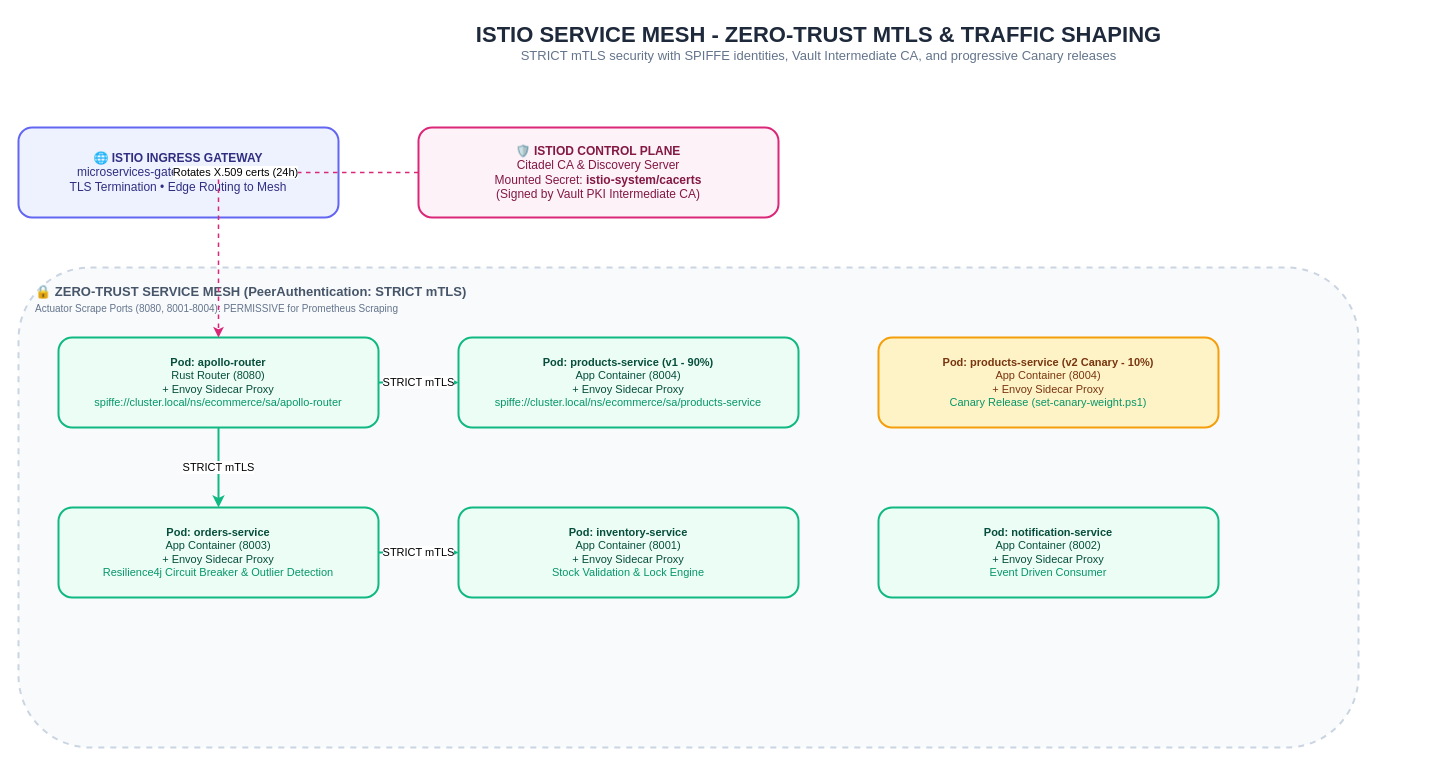
GeorgeGxx/microservices-architecture keeps this draw.io diagram as page "4. Istio Service Mesh & Zero-Trust mTLS" (4 of 12) of docs/Diagrams.drawio. Above is the earlier version. Source tidied: cells renumbered, new cells numbered last; positions are measured from the earlier drawing's top-left corner, leaving out a move shared by most shapes. Both pictures are drawn from the tidied source at 100%, with x=0, y=0 at pixel (18, 17).
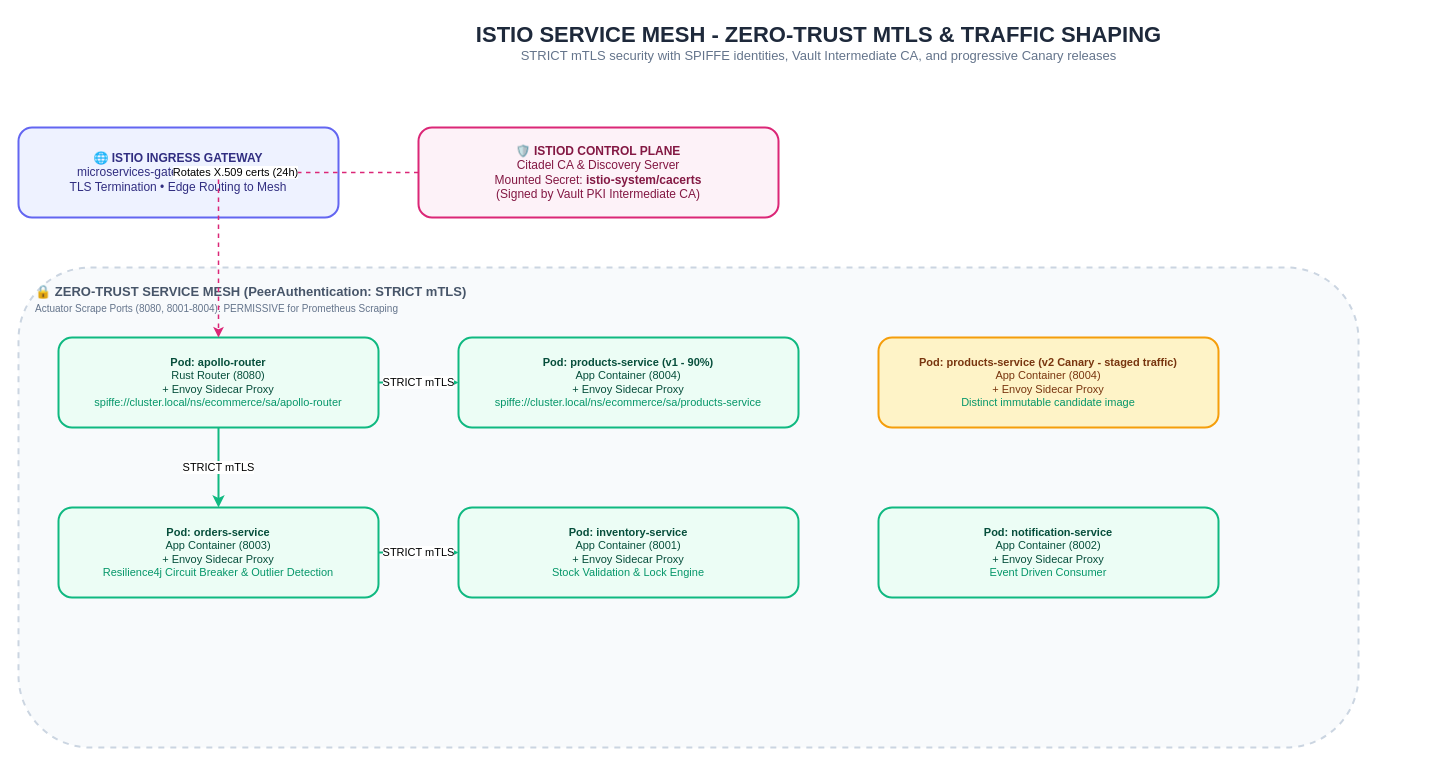
The same diagram, later.

What changed in the source:
```diff
@@
 <mxGraphModel>
   <root>
     <mxCell id="0" />
     <mxCell id="1" parent="0" />
     <mxCell id="2" value="&lt;b style='font-size:22px;color:#1E293B;'&gt;ISTIO SERVICE MESH - ZERO-TRUST MTLS &amp; TRAFFIC SHAPING&lt;/b&gt;&lt;br&gt;&lt;span style='font-size:13px;color:#64748B;'&gt;STRICT mTLS security with SPIFFE identities, Vault Intermediate CA, and progressive Canary releases&lt;/span&gt;" style="text;html=1;align=center;verticalAlign=middle;rounded=0;" parent="1" vertex="1">
       <mxGeometry x="200" width="1200" height="50" as="geometry" />
     </mxCell>
     <mxCell id="3" value="&lt;b&gt;🌐 ISTIO INGRESS GATEWAY&lt;/b&gt;&lt;br&gt;microservices-gateway (Port 80 / 443)&lt;br&gt;TLS Termination • Edge Routing to Mesh" style="rounded=1;whiteSpace=wrap;html=1;fillColor=#EEF2FF;strokeColor=#6366F1;strokeWidth=2;fontColor=#312E81;fontSize=12;" parent="1" vertex="1">
       <mxGeometry y="110" width="320" height="90" as="geometry" />
     </mxCell>
     <mxCell id="4" value="&lt;b&gt;🛡️ ISTIOD CONTROL PLANE&lt;/b&gt;&lt;br&gt;Citadel CA &amp; Discovery Server&lt;br&gt;Mounted Secret: &lt;b&gt;istio-system/cacerts&lt;/b&gt;&lt;br&gt;(Signed by Vault PKI Intermediate CA)" style="rounded=1;whiteSpace=wrap;html=1;fillColor=#FDF2F8;strokeColor=#DB2777;strokeWidth=2;fontColor=#831843;fontSize=12;" parent="1" vertex="1">
       <mxGeometry x="400" y="110" width="360" height="90" as="geometry" />
     </mxCell>
     <mxCell id="5" value="&lt;b&gt;🔒 ZERO-TRUST SERVICE MESH (PeerAuthentication: STRICT mTLS)&lt;/b&gt;&lt;br&gt;&lt;span style='font-size:10px;color:#64748B;'&gt;Actuator Scrape Ports (8080, 8001-8004): PERMISSIVE for Prometheus Scraping&lt;/span&gt;" style="rounded=1;whiteSpace=wrap;html=1;fillColor=#F8FAFC;strokeColor=#CBD5E1;strokeWidth=2;verticalAlign=top;align=left;spacingLeft=15;spacingTop=10;fontColor=#475569;fontSize=13;dashed=1;" parent="1" vertex="1">
       <mxGeometry y="250" width="1340" height="480" as="geometry" />
     </mxCell>
     <mxCell id="6" value="&lt;b&gt;Pod: apollo-router&lt;/b&gt;&lt;br&gt;Rust Router (8080)&lt;br&gt;+ Envoy Sidecar Proxy&lt;br&gt;&lt;span style='color:#059669;'&gt;spiffe://cluster.local/ns/ecommerce/sa/apollo-router&lt;/span&gt;" style="rounded=1;whiteSpace=wrap;html=1;fillColor=#ECFDF5;strokeColor=#10B981;strokeWidth=2;fontColor=#064E3B;fontSize=11;" parent="1" vertex="1">
       <mxGeometry x="40" y="320" width="320" height="90" as="geometry" />
     </mxCell>
     <mxCell id="7" value="&lt;b&gt;Pod: products-service (v1 - 90%)&lt;/b&gt;&lt;br&gt;App Container (8004)&lt;br&gt;+ Envoy Sidecar Proxy&lt;br&gt;&lt;span style='color:#059669;'&gt;spiffe://cluster.local/ns/ecommerce/sa/products-service&lt;/span&gt;" style="rounded=1;whiteSpace=wrap;html=1;fillColor=#ECFDF5;strokeColor=#10B981;strokeWidth=2;fontColor=#064E3B;fontSize=11;" parent="1" vertex="1">
       <mxGeometry x="440" y="320" width="340" height="90" as="geometry" />
     </mxCell>
-    <mxCell id="8" value="&lt;b&gt;Pod: products-service (v2 Canary - 10%)&lt;/b&gt;&lt;br&gt;App Container (8004)&lt;br&gt;+ Envoy Sidecar Proxy&lt;br&gt;&lt;span style='color:#059669;'&gt;Canary Release (set-canary-weight.ps1)&lt;/span&gt;" style="rounded=1;whiteSpace=wrap;html=1;fillColor=#FEF3C7;strokeColor=#F59E0B;strokeWidth=2;fontColor=#78350F;fontSize=11;" parent="1" vertex="1">
+    <mxCell id="8" value="&lt;b&gt;Pod: products-service (v2 Canary - staged traffic)&lt;/b&gt;&lt;br&gt;App Container (8004)&lt;br&gt;+ Envoy Sidecar Proxy&lt;br&gt;&lt;span style='color:#059669;'&gt;Distinct immutable candidate image&lt;/span&gt;" style="rounded=1;whiteSpace=wrap;html=1;fillColor=#FEF3C7;strokeColor=#F59E0B;strokeWidth=2;fontColor=#78350F;fontSize=11;" parent="1" vertex="1">
       <mxGeometry x="860" y="320" width="340" height="90" as="geometry" />
     </mxCell>
     <mxCell id="9" value="&lt;b&gt;Pod: orders-service&lt;/b&gt;&lt;br&gt;App Container (8003)&lt;br&gt;+ Envoy Sidecar Proxy&lt;br&gt;&lt;span style='color:#059669;'&gt;Resilience4j Circuit Breaker &amp; Outlier Detection&lt;/span&gt;" style="rounded=1;whiteSpace=wrap;html=1;fillColor=#ECFDF5;strokeColor=#10B981;strokeWidth=2;fontColor=#064E3B;fontSize=11;" parent="1" vertex="1">
       <mxGeometry x="40" y="490" width="320" height="90" as="geometry" />
     </mxCell>
     <mxCell id="10" value="&lt;b&gt;Pod: inventory-service&lt;/b&gt;&lt;br&gt;App Container (8001)&lt;br&gt;+ Envoy Sidecar Proxy&lt;br&gt;&lt;span style='color:#059669;'&gt;Stock Validation &amp; Lock Engine&lt;/span&gt;" style="rounded=1;whiteSpace=wrap;html=1;fillColor=#ECFDF5;strokeColor=#10B981;strokeWidth=2;fontColor=#064E3B;fontSize=11;" parent="1" vertex="1">
       <mxGeometry x="440" y="490" width="340" height="90" as="geometry" />
     </mxCell>
     <mxCell id="11" value="&lt;b&gt;Pod: notification-service&lt;/b&gt;&lt;br&gt;App Container (8002)&lt;br&gt;+ Envoy Sidecar Proxy&lt;br&gt;&lt;span style='color:#059669;'&gt;Event Driven Consumer&lt;/span&gt;" style="rounded=1;whiteSpace=wrap;html=1;fillColor=#ECFDF5;strokeColor=#10B981;strokeWidth=2;fontColor=#064E3B;fontSize=11;" parent="1" vertex="1">
       <mxGeometry x="860" y="490" width="340" height="90" as="geometry" />
     </mxCell>
     <mxCell id="12" value="Rotates X.509 certs (24h)" style="edgeStyle=orthogonalEdgeStyle;rounded=0;html=1;strokeColor=#DB2777;strokeWidth=1.5;dashed=1;" parent="1" edge="1" source="4" target="6">
       <mxGeometry relative="1" as="geometry" />
     </mxCell>
     <mxCell id="13" value="STRICT mTLS" style="edgeStyle=orthogonalEdgeStyle;rounded=0;html=1;strokeColor=#10B981;strokeWidth=2;" parent="1" edge="1" source="6" target="7">
       <mxGeometry relative="1" as="geometry" />
     </mxCell>
     <mxCell id="14" value="STRICT mTLS" style="edgeStyle=orthogonalEdgeStyle;rounded=0;html=1;strokeColor=#10B981;strokeWidth=2;" parent="1" edge="1" source="6" target="9">
       <mxGeometry relative="1" as="geometry" />
     </mxCell>
     <mxCell id="15" value="STRICT mTLS" style="edgeStyle=orthogonalEdgeStyle;rounded=0;html=1;strokeColor=#10B981;strokeWidth=2;" parent="1" edge="1" source="9" target="10">
       <mxGeometry relative="1" as="geometry" />
     </mxCell>
   </root>
 </mxGraphModel>
```
